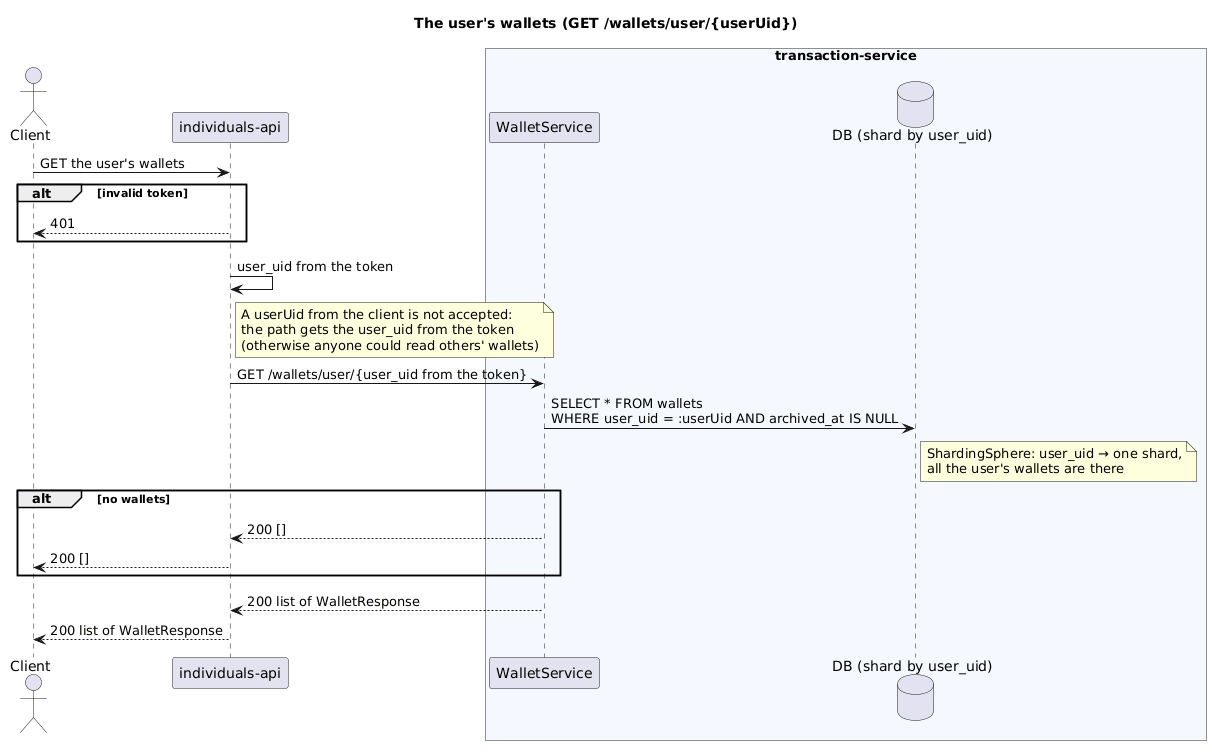
This is transaction-service/diagrams-c4/png/en/sequence-wallets-of-user.png from dezxxx/payment-platform, a PlantUML export, as it was before one commit.
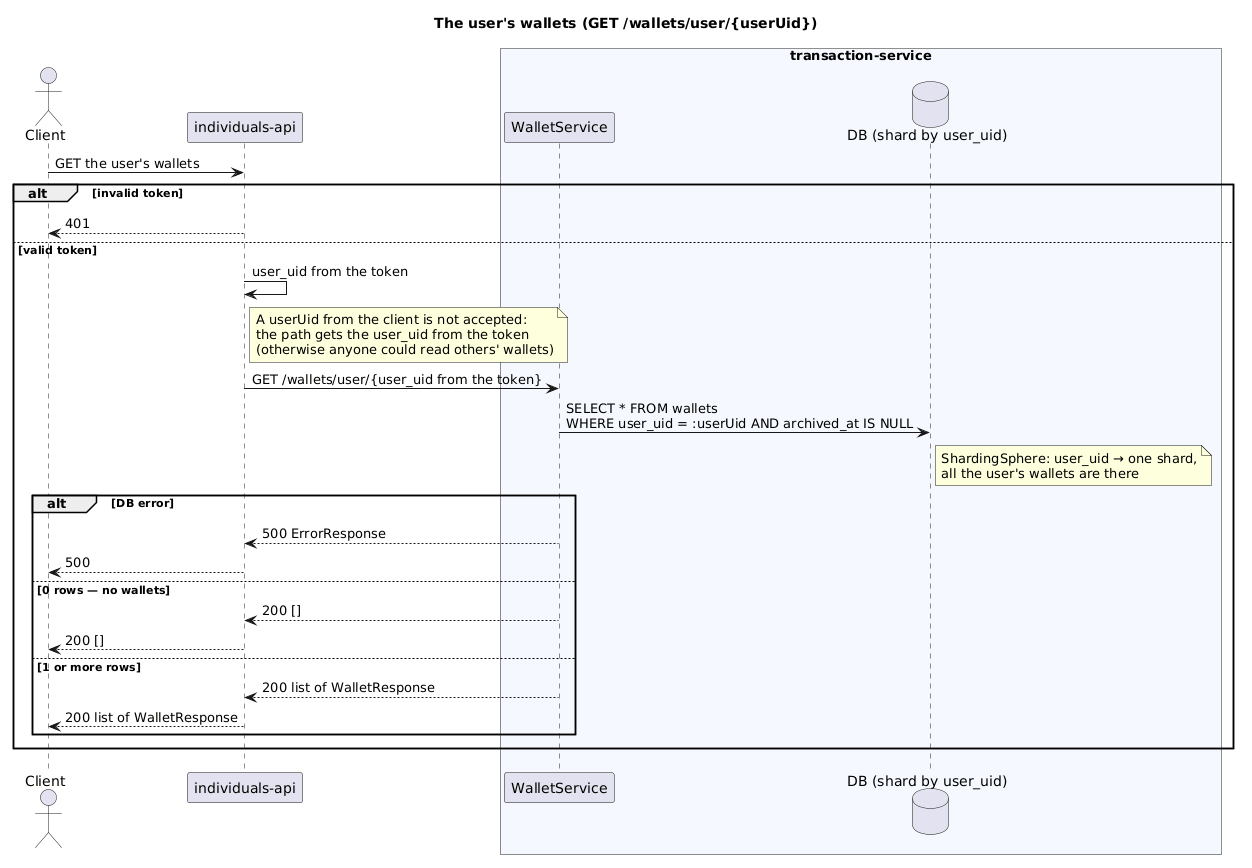
The same diagram one commit later.

The edit, as a diff of the source:
```diff
@@ -11,23 +11,28 @@
 Client -> IA: GET the user's wallets
 alt invalid token
     IA --> Client: 401
+else valid token
+    IA -> IA: user_uid from the token
+    note right of IA
+      A userUid from the client is not accepted:
+      the path gets the user_uid from the token
+      (otherwise anyone could read others' wallets)
+    end note
+    IA -> WS: GET /wallets/user/{user_uid from the token}
+    WS -> DB: SELECT * FROM wallets\nWHERE user_uid = :userUid AND archived_at IS NULL
+    note right of DB
+      ShardingSphere: user_uid → one shard,
+      all the user's wallets are there
+    end note
+    alt DB error
+        WS --> IA: 500 ErrorResponse
+        IA --> Client: 500
+    else 0 rows — no wallets
+        WS --> IA: 200 []
+        IA --> Client: 200 []
+    else 1 or more rows
+        WS --> IA: 200 list of WalletResponse
+        IA --> Client: 200 list of WalletResponse
+    end
 end
-IA -> IA: user_uid from the token
-note right of IA
-  A userUid from the client is not accepted:
-  the path gets the user_uid from the token
-  (otherwise anyone could read others' wallets)
-end note
-IA -> WS: GET /wallets/user/{user_uid from the token}
-WS -> DB: SELECT * FROM wallets\nWHERE user_uid = :userUid AND archived_at IS NULL
-note right of DB
-  ShardingSphere: user_uid → one shard,
-  all the user's wallets are there
-end note
-alt no wallets
-    WS --> IA: 200 []
-    IA --> Client: 200 []
-end
-WS --> IA: 200 list of WalletResponse
-IA --> Client: 200 list of WalletResponse
 @enduml
```
